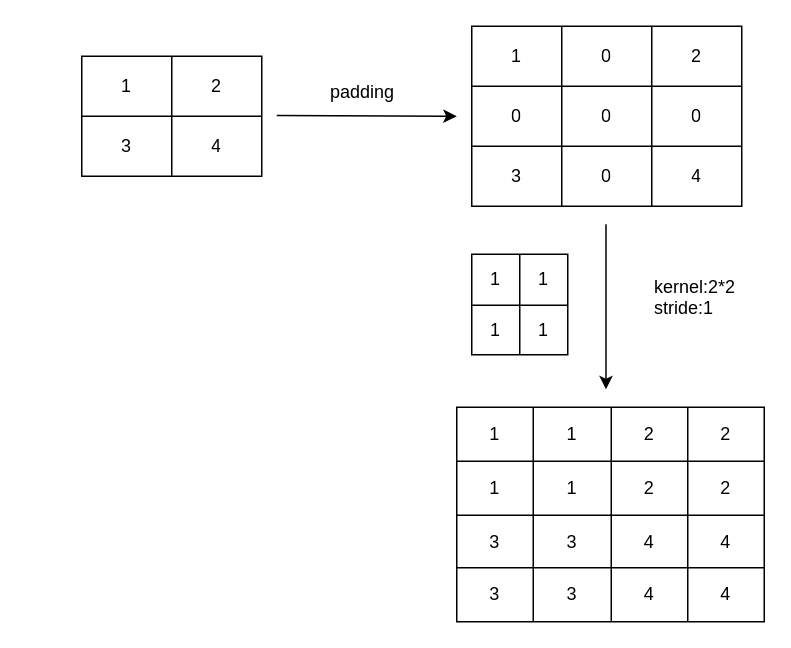
Before: Untitled Diagram.drawio in sirlancer/drawio_sample, a draw.io diagram. Source tidied: cells renumbered, new cells numbered last; positions are measured from the earlier drawing's top-left corner, leaving out a move shared by most shapes. Both pictures are drawn from the tidied source at 150%, with x=0, y=0 at pixel (81, 26).
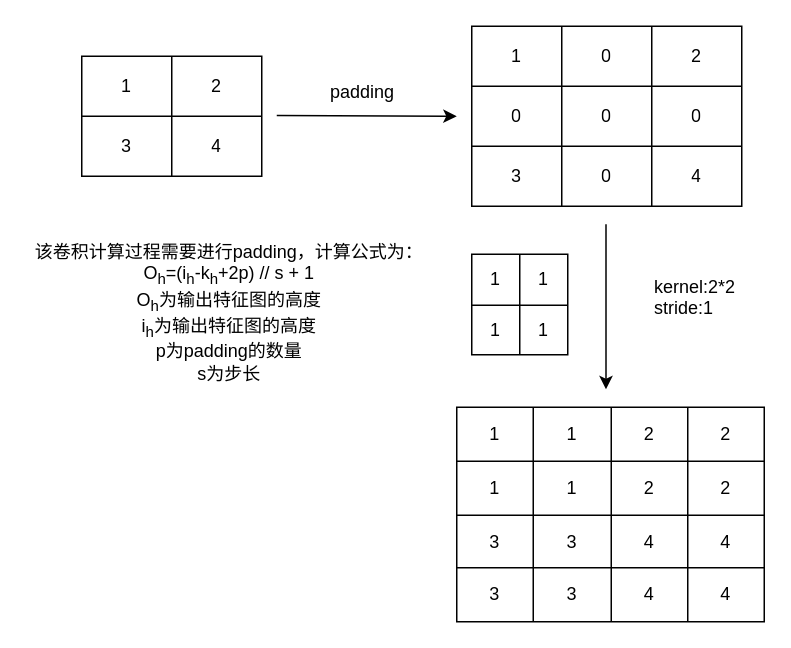
The same page after the edit.

What changed in the source:
```diff
@@
+    <mxCell id="54" value="该卷积计算过程需要进行padding，计算公式为：&lt;br&gt;O&lt;sub&gt;h&lt;/sub&gt;=(i&lt;sub&gt;h&lt;/sub&gt;-k&lt;sub&gt;h&lt;/sub&gt;+2p) // s + 1&lt;br&gt;O&lt;sub&gt;h&lt;/sub&gt;为输出特征图的高度&lt;br&gt;i&lt;sub&gt;h&lt;/sub&gt;为输出特征图的高度&lt;br&gt;p为padding的数量&lt;br&gt;s为步长" style="text;html=1;align=center;verticalAlign=middle;" parent="1" vertex="1">
+      <mxGeometry x="-37" y="143" width="269" height="96" as="geometry" />
+    </mxCell>
```
